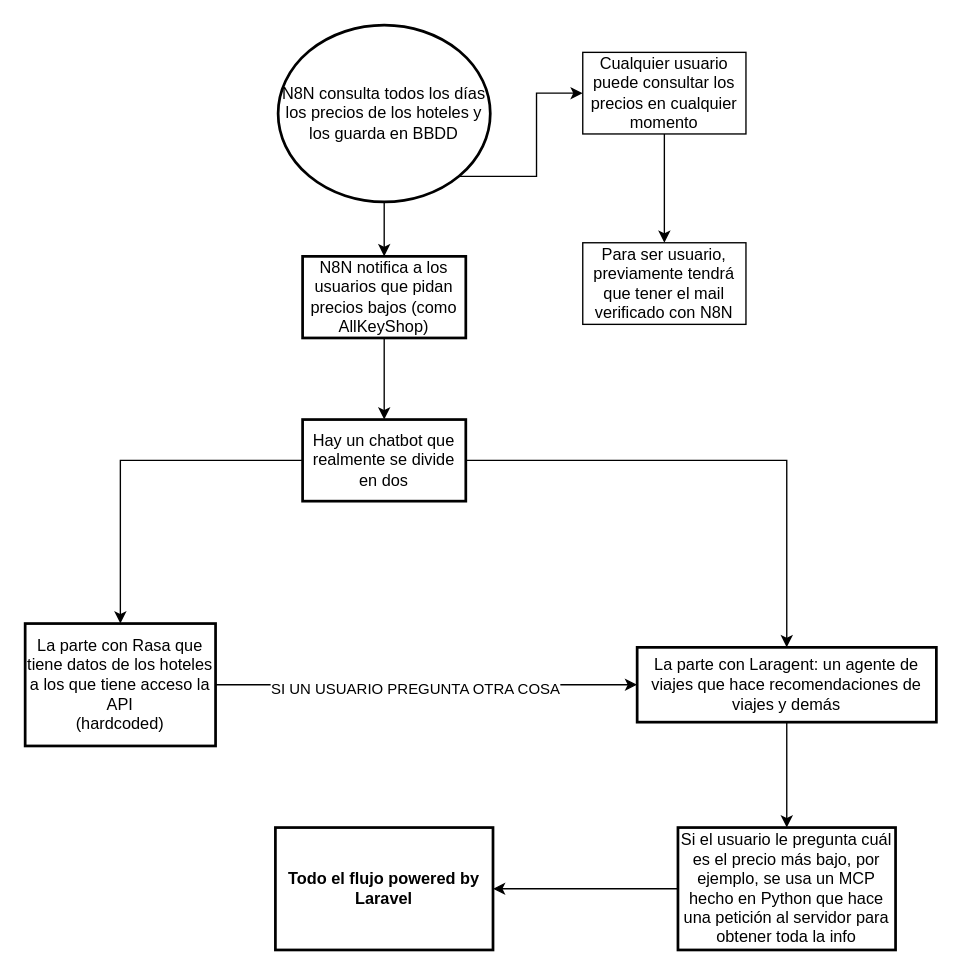
This is documentation/Diagrama.drawio from moguism/hoteles-autobot, a draw.io file, before an edit. Source tidied: cells renumbered, new cells numbered last; positions are measured from the earlier drawing's top-left corner, leaving out a move shared by most shapes. Both pictures are drawn from the tidied source at 136%, with x=0, y=0 at pixel (24, 24).
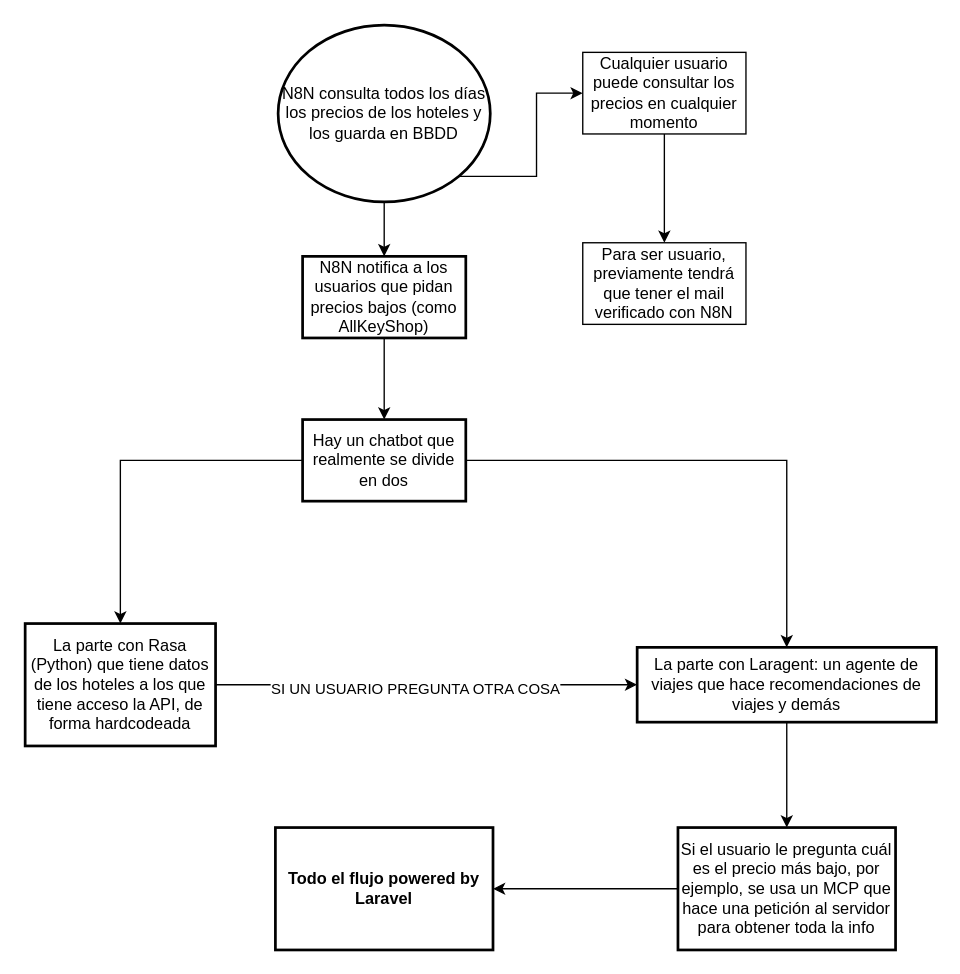
Above is the later version.

Change to the diagram source:
```diff
@@
-    <mxCell id="12" value="La parte con Rasa que tiene datos de los hoteles a los que tiene acceso la API&lt;div&gt;(hardcoded)&lt;/div&gt;" style="whiteSpace=wrap;html=1;strokeWidth=2;" parent="1" vertex="1">
+    <mxCell id="12" value="La parte con Rasa (Python) que tiene datos de los hoteles a los que tiene acceso la API, de forma hardcodeada" style="whiteSpace=wrap;html=1;strokeWidth=2;" parent="1" vertex="1">
       <mxGeometry y="440" width="140" height="90" as="geometry" />
     </mxCell>
@@
-    <mxCell id="16" value="Si el usuario le pregunta cuál es el precio más bajo, por ejemplo, se usa un MCP hecho en Python que hace una petición al servidor para obtener toda la info" style="whiteSpace=wrap;html=1;strokeWidth=2;" parent="1" vertex="1">
+    <mxCell id="16" value="Si el usuario le pregunta cuál es el precio más bajo, por ejemplo, se usa un MCP que hace una petición al servidor para obtener toda la info" style="whiteSpace=wrap;html=1;strokeWidth=2;" parent="1" vertex="1">
       <mxGeometry x="480" y="590" width="160" height="90" as="geometry" />
     </mxCell>
```
